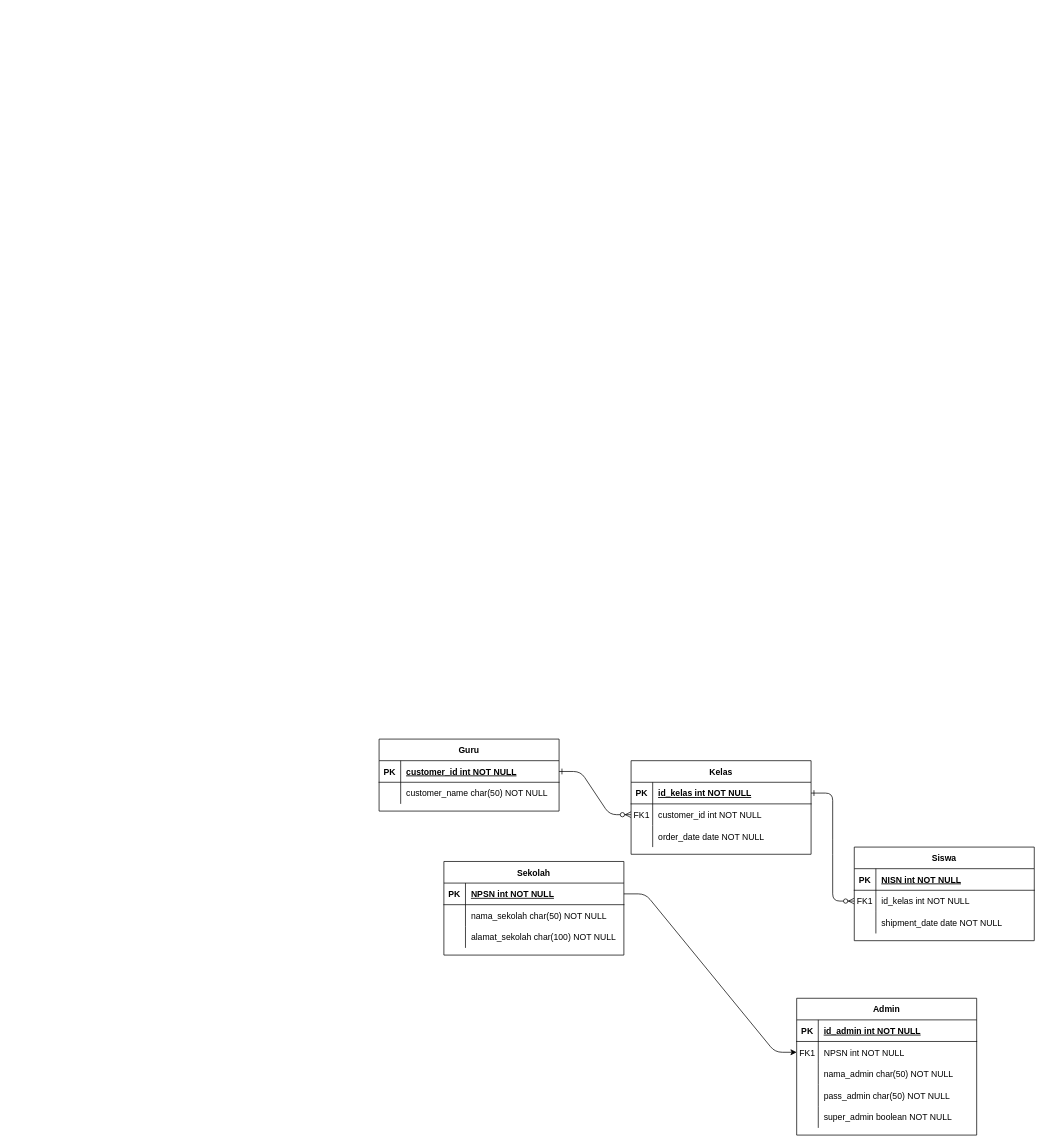
This is ERDAbsensi.drawio from Sacrit38/CPP-Ponggame, a draw.io file, before an edit. Source tidied: cells renumbered, new cells numbered last; positions are measured from the earlier drawing's top-left corner, leaving out a move shared by most shapes. Both pictures are drawn from the tidied source at 72%, with x=0, y=0 at pixel (379, 739).
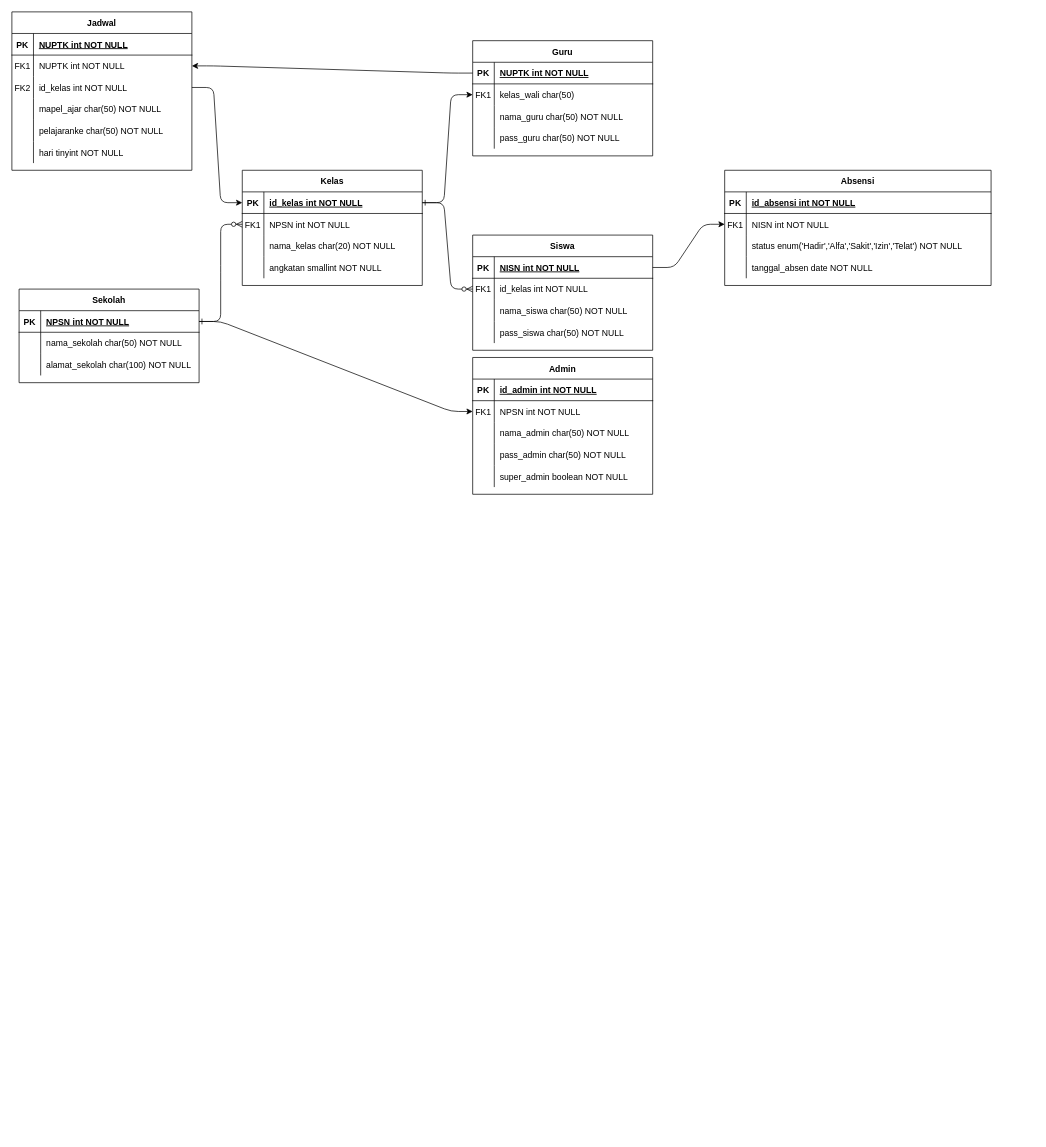
After the change.

Unchanged cells that the change refers to:
```xml
<mxCell id="5" style="shape=partialRectangle;fillColor=none;points=[[0,0.5],[1,0.5]];portConstraint=eastwest;top=0;left=0;right=0;bottom=1;" parent="4" vertex="1">
  <mxGeometry y="30" width="250" height="30" as="geometry" />
</mxCell>
<mxCell id="8" style="shape=partialRectangle;fillColor=none;points=[[0,0.5],[1,0.5]];portConstraint=eastwest;top=0;left=0;right=0;bottom=0;" parent="4" vertex="1">
  <mxGeometry y="60" width="250" height="30" as="geometry" />
</mxCell>
<mxCell id="11" style="shape=partialRectangle;fillColor=none;top=0;left=0;right=0;bottom=0;" parent="4" vertex="1">
  <mxGeometry y="90" width="250" height="30" as="geometry" />
</mxCell>
<mxCell id="15" style="shape=partialRectangle;fillColor=none;points=[[0,0.5],[1,0.5]];portConstraint=eastwest;top=0;left=0;right=0;bottom=1;" parent="14" vertex="1">
  <mxGeometry y="30" width="250" height="30" as="geometry" />
</mxCell>
<mxCell id="21" style="shape=partialRectangle;fillColor=none;top=0;left=0;right=0;bottom=0;" parent="14" vertex="1">
  <mxGeometry y="90" width="250" height="30" as="geometry" />
</mxCell>
<mxCell id="25" style="shape=partialRectangle;fillColor=none;points=[[0,0.5],[1,0.5]];portConstraint=eastwest;top=0;left=0;right=0;bottom=1;" parent="24" vertex="1">
  <mxGeometry y="30" width="250" height="30" as="geometry" />
</mxCell>
<mxCell id="32" style="shape=partialRectangle;fillColor=none;points=[[0,0.5],[1,0.5]];portConstraint=eastwest;top=0;left=0;right=0;bottom=1;" parent="31" vertex="1">
  <mxGeometry y="30" width="250" height="30" as="geometry" />
</mxCell>
```

Change to the diagram source:
```diff
@@
-    <mxCell id="2" style="edgeStyle=entityRelationEdgeStyle;endArrow=ERzeroToMany;startArrow=ERone;endFill=1;startFill=0;" parent="1" edge="1" source="25" target="8">
+    <mxCell id="2" style="edgeStyle=entityRelationEdgeStyle;endArrow=ERzeroToMany;startArrow=ERone;endFill=1;startFill=0;exitX=1;exitY=0.5;exitDx=0;exitDy=0;" parent="1" edge="1" source="32" target="8">
       <mxGeometry relative="1" as="geometry" />
     </mxCell>
@@
     <mxCell id="4" value="Kelas" style="shape=table;startSize=30;childLayout=tableLayout;rowLines=0;fontStyle=1;align=center;" parent="1" vertex="1">
-      <mxGeometry x="350" y="30" width="250" height="130" as="geometry" />
+      <mxGeometry x="-190" y="-790" width="250" height="160" as="geometry" />
     </mxCell>
@@
-    <mxCell id="10" value="customer_id int NOT NULL" style="shape=partialRectangle;overflow=hidden;fillColor=none;top=0;left=0;bottom=0;right=0;align=left;spacingLeft=6;" parent="8" vertex="1">
+    <mxCell id="10" value="NPSN int NOT NULL" style="shape=partialRectangle;overflow=hidden;fillColor=none;top=0;left=0;bottom=0;right=0;align=left;spacingLeft=6;" parent="8" vertex="1">
       <mxGeometry x="30" width="220" height="30" as="geometry" />
     </mxCell>
@@
-    <mxCell id="13" value="order_date date NOT NULL" style="shape=partialRectangle;overflow=hidden;fillColor=none;top=0;left=0;bottom=0;right=0;align=left;spacingLeft=6;" parent="11" vertex="1">
+    <mxCell id="13" value="nama_kelas char(20) NOT NULL" style="shape=partialRectangle;overflow=hidden;fillColor=none;top=0;left=0;bottom=0;right=0;align=left;spacingLeft=6;" parent="11" vertex="1">
       <mxGeometry x="30" width="220" height="30" as="geometry" />
     </mxCell>
+    <mxCell id="58" style="shape=partialRectangle;fillColor=none;top=0;left=0;right=0;bottom=0;" parent="4" vertex="1">
+      <mxGeometry y="120" width="250" height="30" as="geometry" />
+    </mxCell>
+    <mxCell id="59" style="shape=partialRectangle;overflow=hidden;fillColor=none;top=0;left=0;bottom=0;right=0;" parent="58" vertex="1">
+      <mxGeometry width="30" height="30" as="geometry" />
+    </mxCell>
+    <mxCell id="60" value="angkatan smallint NOT NULL" style="shape=partialRectangle;overflow=hidden;fillColor=none;top=0;left=0;bottom=0;right=0;align=left;spacingLeft=6;" parent="58" vertex="1">
+      <mxGeometry x="30" width="220" height="30" as="geometry" />
+    </mxCell>
     <mxCell id="14" value="Siswa" style="shape=table;startSize=30;childLayout=tableLayout;rowLines=0;fontStyle=1;align=center;" parent="1" vertex="1">
-      <mxGeometry x="660" y="150" width="250" height="130" as="geometry" />
+      <mxGeometry x="130" y="-700" width="250" height="160" as="geometry" />
     </mxCell>
@@
-    <mxCell id="23" value="shipment_date date NOT NULL" style="shape=partialRectangle;overflow=hidden;fillColor=none;top=0;left=0;bottom=0;right=0;align=left;spacingLeft=6;" parent="21" vertex="1">
+    <mxCell id="23" value="nama_siswa char(50) NOT NULL" style="shape=partialRectangle;overflow=hidden;fillColor=none;top=0;left=0;bottom=0;right=0;align=left;spacingLeft=6;" parent="21" vertex="1">
       <mxGeometry x="30" width="220" height="30" as="geometry" />
     </mxCell>
+    <mxCell id="61" style="shape=partialRectangle;fillColor=none;top=0;left=0;right=0;bottom=0;" parent="14" vertex="1">
+      <mxGeometry y="120" width="250" height="30" as="geometry" />
+    </mxCell>
+    <mxCell id="62" style="shape=partialRectangle;overflow=hidden;fillColor=none;top=0;left=0;bottom=0;right=0;" parent="61" vertex="1">
+      <mxGeometry width="30" height="30" as="geometry" />
+    </mxCell>
+    <mxCell id="63" value="pass_siswa char(50) NOT NULL" style="shape=partialRectangle;overflow=hidden;fillColor=none;top=0;left=0;bottom=0;right=0;align=left;spacingLeft=6;" parent="61" vertex="1">
+      <mxGeometry x="30" width="220" height="30" as="geometry" />
+    </mxCell>
     <mxCell id="24" value="Guru" style="shape=table;startSize=30;childLayout=tableLayout;rowLines=0;fontStyle=1;align=center;" parent="1" vertex="1">
-      <mxGeometry width="250" height="100" as="geometry" />
+      <mxGeometry x="130" y="-970" width="250" height="160" as="geometry" />
     </mxCell>
@@
-    <mxCell id="27" value="customer_id int NOT NULL " style="shape=partialRectangle;overflow=hidden;fillColor=none;top=0;left=0;bottom=0;right=0;align=left;spacingLeft=6;fontStyle=5;" parent="25" vertex="1">
+    <mxCell id="27" value="NUPTK int NOT NULL " style="shape=partialRectangle;overflow=hidden;fillColor=none;top=0;left=0;bottom=0;right=0;align=left;spacingLeft=6;fontStyle=5;" parent="25" vertex="1">
       <mxGeometry x="30" width="220" height="30" as="geometry" />
     </mxCell>
+    <mxCell id="64" style="shape=partialRectangle;fillColor=none;points=[[0,0.5],[1,0.5]];portConstraint=eastwest;top=0;left=0;right=0;bottom=0;" parent="24" vertex="1">
+      <mxGeometry y="60" width="250" height="30" as="geometry" />
+    </mxCell>
+    <mxCell id="65" value="FK1" style="shape=partialRectangle;overflow=hidden;fillColor=none;top=0;left=0;bottom=0;right=0;" parent="64" vertex="1">
+      <mxGeometry width="30" height="30" as="geometry" />
+    </mxCell>
+    <mxCell id="66" value="kelas_wali char(50)" style="shape=partialRectangle;overflow=hidden;fillColor=none;top=0;left=0;bottom=0;right=0;align=left;spacingLeft=6;" parent="64" vertex="1">
+      <mxGeometry x="30" width="220" height="30" as="geometry" />
+    </mxCell>
     <mxCell id="28" style="shape=partialRectangle;fillColor=none;top=0;left=0;right=0;bottom=0;" parent="24" vertex="1">
-      <mxGeometry y="60" width="250" height="30" as="geometry" />
+      <mxGeometry y="90" width="250" height="30" as="geometry" />
     </mxCell>
@@
-    <mxCell id="30" value="customer_name char(50) NOT NULL" style="shape=partialRectangle;overflow=hidden;fillColor=none;top=0;left=0;bottom=0;right=0;align=left;spacingLeft=6;" parent="28" vertex="1">
+    <mxCell id="30" value="nama_guru char(50) NOT NULL" style="shape=partialRectangle;overflow=hidden;fillColor=none;top=0;left=0;bottom=0;right=0;align=left;spacingLeft=6;" parent="28" vertex="1">
       <mxGeometry x="30" width="220" height="30" as="geometry" />
     </mxCell>
+    <mxCell id="67" style="shape=partialRectangle;fillColor=none;top=0;left=0;right=0;bottom=0;" parent="24" vertex="1">
+      <mxGeometry y="120" width="250" height="30" as="geometry" />
+    </mxCell>
+    <mxCell id="68" style="shape=partialRectangle;overflow=hidden;fillColor=none;top=0;left=0;bottom=0;right=0;" parent="67" vertex="1">
+      <mxGeometry width="30" height="30" as="geometry" />
+    </mxCell>
+    <mxCell id="69" value="pass_guru char(50) NOT NULL" style="shape=partialRectangle;overflow=hidden;fillColor=none;top=0;left=0;bottom=0;right=0;align=left;spacingLeft=6;" parent="67" vertex="1">
+      <mxGeometry x="30" width="220" height="30" as="geometry" />
+    </mxCell>
     <mxCell id="31" value="Sekolah" style="shape=table;startSize=30;childLayout=tableLayout;rowLines=0;fontStyle=1;align=center;" parent="1" vertex="1">
-      <mxGeometry x="90" y="170" width="250" height="130" as="geometry" />
+      <mxGeometry x="-500" y="-625" width="250" height="130" as="geometry" />
     </mxCell>
@@
     <mxCell id="41" value="Admin" style="shape=table;startSize=30;childLayout=tableLayout;rowLines=0;fontStyle=1;align=center;" parent="1" vertex="1">
-      <mxGeometry x="580" y="360" width="250" height="190" as="geometry" />
+      <mxGeometry x="130" y="-530" width="250" height="190" as="geometry" />
     </mxCell>
@@
+    <mxCell id="70" value="Absensi" style="shape=table;startSize=30;childLayout=tableLayout;rowLines=0;fontStyle=1;align=center;" parent="1" vertex="1">
+      <mxGeometry x="480" y="-790" width="370" height="160" as="geometry" />
+    </mxCell>
+    <mxCell id="71" style="shape=partialRectangle;fillColor=none;top=0;left=0;right=0;bottom=1;" parent="70" vertex="1">
+      <mxGeometry y="30" width="370" height="30" as="geometry" />
+    </mxCell>
+    <mxCell id="72" value="PK" style="shape=partialRectangle;overflow=hidden;fillColor=none;top=0;left=0;bottom=0;right=0;fontStyle=1;" parent="71" vertex="1">
+      <mxGeometry width="30" height="30" as="geometry" />
+    </mxCell>
+    <mxCell id="73" value="id_absensi int NOT NULL " style="shape=partialRectangle;overflow=hidden;fillColor=none;top=0;left=0;bottom=0;right=0;align=left;spacingLeft=6;fontStyle=5;" parent="71" vertex="1">
+      <mxGeometry x="30" width="340" height="30" as="geometry" />
+    </mxCell>
+    <mxCell id="74" style="shape=partialRectangle;fillColor=none;points=[[0,0.5],[1,0.5]];portConstraint=eastwest;top=0;left=0;right=0;bottom=0;" parent="70" vertex="1">
+      <mxGeometry y="60" width="370" height="30" as="geometry" />
+    </mxCell>
+    <mxCell id="75" value="FK1" style="shape=partialRectangle;overflow=hidden;fillColor=none;top=0;left=0;bottom=0;right=0;" parent="74" vertex="1">
+      <mxGeometry width="30" height="30" as="geometry" />
+    </mxCell>
+    <mxCell id="76" value="NISN int NOT NULL" style="shape=partialRectangle;overflow=hidden;fillColor=none;top=0;left=0;bottom=0;right=0;align=left;spacingLeft=6;" parent="74" vertex="1">
+      <mxGeometry x="30" width="340" height="30" as="geometry" />
+    </mxCell>
+    <mxCell id="77" style="shape=partialRectangle;fillColor=none;top=0;left=0;right=0;bottom=0;" parent="70" vertex="1">
+      <mxGeometry y="90" width="370" height="30" as="geometry" />
+    </mxCell>
+    <mxCell id="78" style="shape=partialRectangle;overflow=hidden;fillColor=none;top=0;left=0;bottom=0;right=0;" parent="77" vertex="1">
+      <mxGeometry width="30" height="30" as="geometry" />
+    </mxCell>
+    <mxCell id="79" value="status enum('Hadir','Alfa','Sakit','Izin','Telat') NOT NULL" style="shape=partialRectangle;overflow=hidden;fillColor=none;top=0;left=0;bottom=0;right=0;align=left;spacingLeft=6;" parent="77" vertex="1">
+      <mxGeometry x="30" width="340" height="30" as="geometry" />
+    </mxCell>
+    <mxCell id="80" style="shape=partialRectangle;fillColor=none;top=0;left=0;right=0;bottom=0;" parent="70" vertex="1">
+      <mxGeometry y="120" width="370" height="30" as="geometry" />
+    </mxCell>
+    <mxCell id="81" style="shape=partialRectangle;overflow=hidden;fillColor=none;top=0;left=0;bottom=0;right=0;" parent="80" vertex="1">
+      <mxGeometry width="30" height="30" as="geometry" />
+    </mxCell>
+    <mxCell id="82" value="tanggal_absen date NOT NULL" style="shape=partialRectangle;overflow=hidden;fillColor=none;top=0;left=0;bottom=0;right=0;align=left;spacingLeft=6;" parent="80" vertex="1">
+      <mxGeometry x="30" width="340" height="30" as="geometry" />
+    </mxCell>
+    <mxCell id="83" style="edgeStyle=entityRelationEdgeStyle;rounded=1;jettySize=auto;html=1;entryX=0;entryY=0.5;entryDx=0;entryDy=0;" parent="1" edge="1" source="15" target="74">
+      <mxGeometry relative="1" as="geometry">
+        <Array as="points">
+          <mxPoint x="520" y="-500" />
+          <mxPoint x="610" y="-520" />
+          <mxPoint x="460" y="-620" />
+          <mxPoint x="770" y="-595" />
+          <mxPoint x="740" y="-590" />
+          <mxPoint x="580" y="-580" />
+          <mxPoint x="500" y="-470" />
+        </Array>
+      </mxGeometry>
+    </mxCell>
+    <mxCell id="84" value="Jadwal" style="shape=table;startSize=30;childLayout=tableLayout;rowLines=0;fontStyle=1;align=center;" parent="1" vertex="1">
+      <mxGeometry x="-510" y="-1010" width="250" height="220" as="geometry" />
+    </mxCell>
+    <mxCell id="85" style="shape=partialRectangle;fillColor=none;top=0;left=0;right=0;bottom=1;" parent="84" vertex="1">
+      <mxGeometry y="30" width="250" height="30" as="geometry" />
+    </mxCell>
+    <mxCell id="86" value="PK" style="shape=partialRectangle;overflow=hidden;fillColor=none;top=0;left=0;bottom=0;right=0;fontStyle=1;" parent="85" vertex="1">
+      <mxGeometry width="30" height="30" as="geometry" />
+    </mxCell>
+    <mxCell id="87" value="NUPTK int NOT NULL " style="shape=partialRectangle;overflow=hidden;fillColor=none;top=0;left=0;bottom=0;right=0;align=left;spacingLeft=6;fontStyle=5;" parent="85" vertex="1">
+      <mxGeometry x="30" width="220" height="30" as="geometry" />
+    </mxCell>
+    <mxCell id="88" style="shape=partialRectangle;fillColor=none;points=[[0,0.5],[1,0.5]];portConstraint=eastwest;top=0;left=0;right=0;bottom=0;" parent="84" vertex="1">
+      <mxGeometry y="60" width="250" height="30" as="geometry" />
+    </mxCell>
+    <mxCell id="89" value="FK1" style="shape=partialRectangle;overflow=hidden;fillColor=none;top=0;left=0;bottom=0;right=0;" parent="88" vertex="1">
+      <mxGeometry width="30" height="30" as="geometry" />
+    </mxCell>
+    <mxCell id="90" value="NUPTK int NOT NULL" style="shape=partialRectangle;overflow=hidden;fillColor=none;top=0;left=0;bottom=0;right=0;align=left;spacingLeft=6;" parent="88" vertex="1">
+      <mxGeometry x="30" width="220" height="30" as="geometry" />
+    </mxCell>
+    <mxCell id="91" style="shape=partialRectangle;fillColor=none;points=[[0,0.5],[1,0.5]];portConstraint=eastwest;top=0;left=0;right=0;bottom=0;" parent="84" vertex="1">
+      <mxGeometry y="90" width="250" height="30" as="geometry" />
+    </mxCell>
+    <mxCell id="92" value="FK2" style="shape=partialRectangle;overflow=hidden;fillColor=none;top=0;left=0;bottom=0;right=0;" parent="91" vertex="1">
+      <mxGeometry width="30" height="30" as="geometry" />
+    </mxCell>
+    <mxCell id="93" value="id_kelas int NOT NULL" style="shape=partialRectangle;overflow=hidden;fillColor=none;top=0;left=0;bottom=0;right=0;align=left;spacingLeft=6;" parent="91" vertex="1">
+      <mxGeometry x="30" width="220" height="30" as="geometry" />
+    </mxCell>
+    <mxCell id="94" style="shape=partialRectangle;fillColor=none;top=0;left=0;right=0;bottom=0;" parent="84" vertex="1">
+      <mxGeometry y="120" width="250" height="30" as="geometry" />
+    </mxCell>
+    <mxCell id="95" style="shape=partialRectangle;overflow=hidden;fillColor=none;top=0;left=0;bottom=0;right=0;" parent="94" vertex="1">
+      <mxGeometry width="30" height="30" as="geometry" />
+    </mxCell>
+    <mxCell id="96" value="mapel_ajar char(50) NOT NULL" style="shape=partialRectangle;overflow=hidden;fillColor=none;top=0;left=0;bottom=0;right=0;align=left;spacingLeft=6;" parent="94" vertex="1">
+      <mxGeometry x="30" width="220" height="30" as="geometry" />
+    </mxCell>
+    <mxCell id="97" style="shape=partialRectangle;fillColor=none;top=0;left=0;right=0;bottom=0;" parent="84" vertex="1">
+      <mxGeometry y="150" width="250" height="30" as="geometry" />
+    </mxCell>
+    <mxCell id="98" style="shape=partialRectangle;overflow=hidden;fillColor=none;top=0;left=0;bottom=0;right=0;" parent="97" vertex="1">
+      <mxGeometry width="30" height="30" as="geometry" />
+    </mxCell>
+    <mxCell id="99" value="pelajaranke char(50) NOT NULL" style="shape=partialRectangle;overflow=hidden;fillColor=none;top=0;left=0;bottom=0;right=0;align=left;spacingLeft=6;" parent="97" vertex="1">
+      <mxGeometry x="30" width="220" height="30" as="geometry" />
+    </mxCell>
+    <mxCell id="100" style="shape=partialRectangle;fillColor=none;top=0;left=0;right=0;bottom=0;" parent="84" vertex="1">
+      <mxGeometry y="180" width="250" height="30" as="geometry" />
+    </mxCell>
+    <mxCell id="101" style="shape=partialRectangle;overflow=hidden;fillColor=none;top=0;left=0;bottom=0;right=0;" parent="100" vertex="1">
+      <mxGeometry width="30" height="30" as="geometry" />
+    </mxCell>
+    <mxCell id="102" value="hari tinyint NOT NULL" style="shape=partialRectangle;overflow=hidden;fillColor=none;top=0;left=0;bottom=0;right=0;align=left;spacingLeft=6;" parent="100" vertex="1">
+      <mxGeometry x="30" width="220" height="30" as="geometry" />
+    </mxCell>
+    <mxCell id="103" style="edgeStyle=entityRelationEdgeStyle;rounded=1;jettySize=auto;html=1;entryX=1;entryY=0.5;entryDx=0;entryDy=0;curved=0;" parent="1" edge="1" source="25" target="88">
+      <mxGeometry relative="1" as="geometry" />
+    </mxCell>
+    <mxCell id="104" style="edgeStyle=entityRelationEdgeStyle;rounded=1;jettySize=auto;html=1;entryX=0;entryY=0.5;entryDx=0;entryDy=0;curved=0;" parent="1" edge="1" source="5" target="64">
+      <mxGeometry relative="1" as="geometry" />
+    </mxCell>
+    <mxCell id="105" style="edgeStyle=entityRelationEdgeStyle;rounded=1;jettySize=auto;html=1;entryX=0;entryY=0.5;entryDx=0;entryDy=0;curved=0;" parent="1" edge="1" source="91" target="5">
+      <mxGeometry relative="1" as="geometry" />
+    </mxCell>
```
